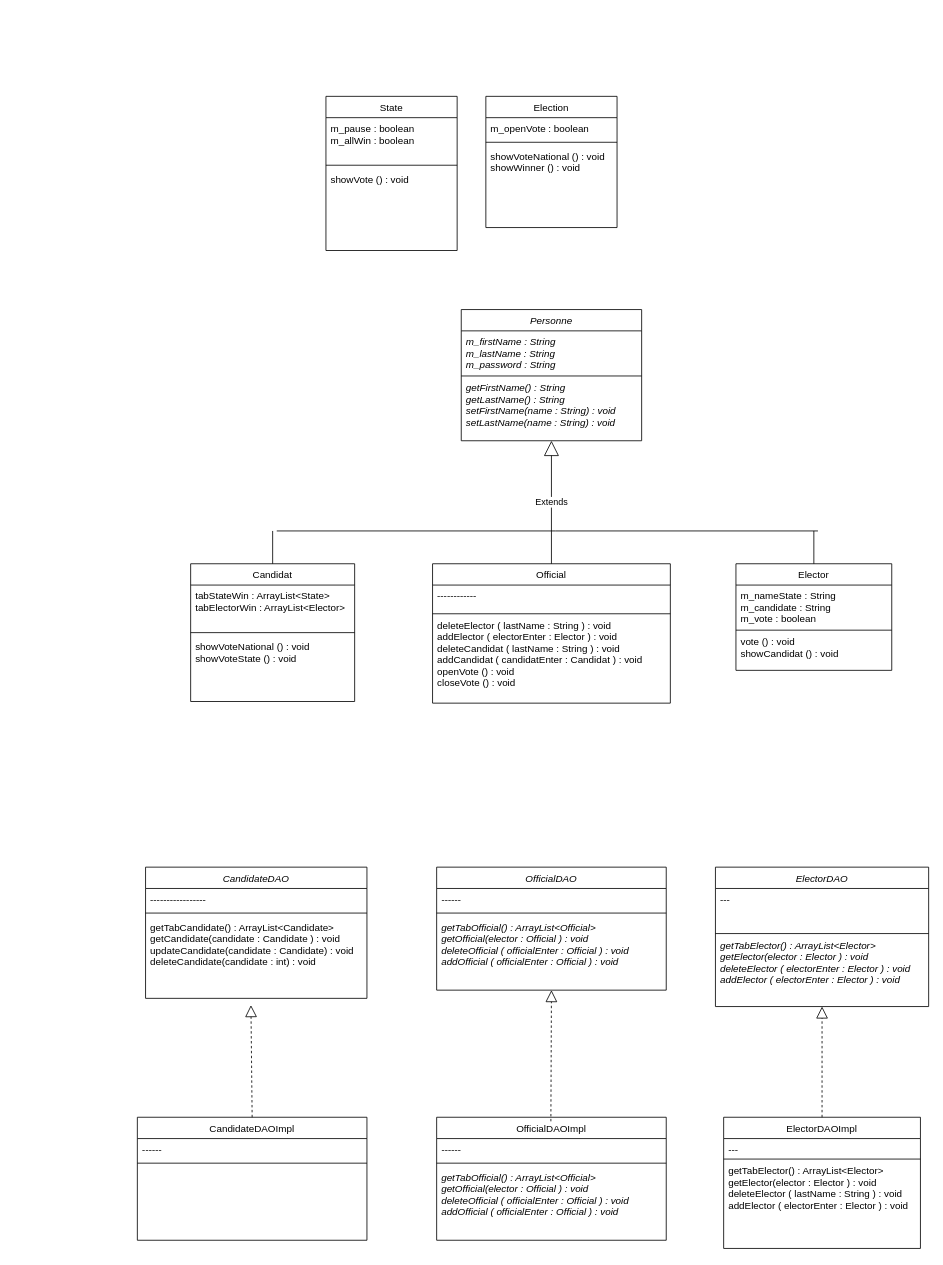
The draw.io diagram Diagramme_UML.drawio in QuentinDstl/Election-system-JAVA, before the edit. Source tidied: cells renumbered, new cells numbered last; positions are measured from the earlier drawing's top-left corner, leaving out a move shared by most shapes. Both pictures are drawn from the tidied source at 82%, with x=0, y=0 at pixel (137, 96).
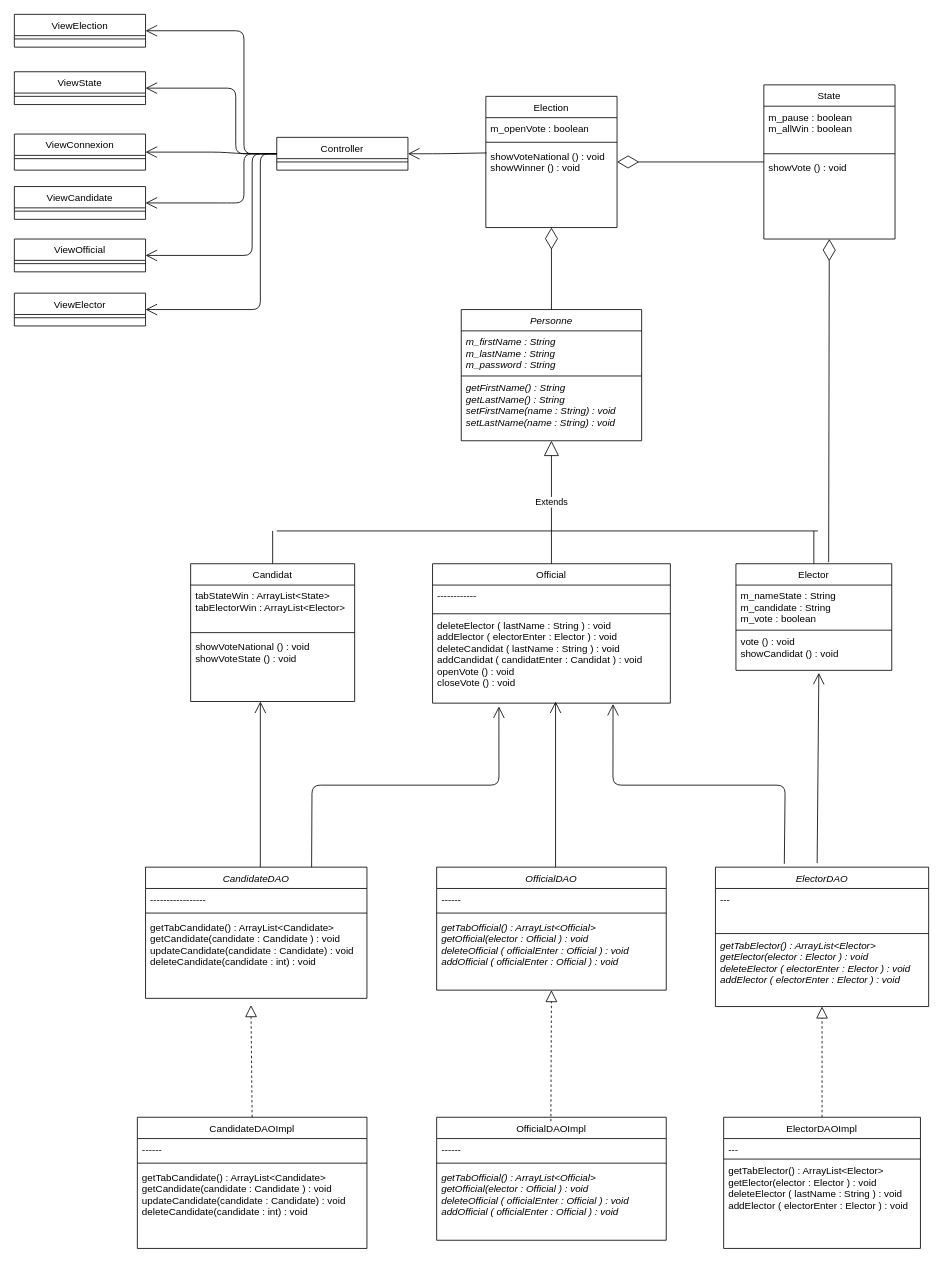
After the change.

Commit message:
Modification du diagramme UML

Unchanged cells that the change refers to:
```xml
<mxCell id="6" value="CandidateDAO" style="swimlane;fontStyle=2;align=center;verticalAlign=top;horizontal=1;startSize=26;rounded=0;shadow=0;strokeWidth=1;" parent="1" vertex="1">
  <mxGeometry x="10" y="940" width="270" height="160" as="geometry" />
</mxCell>
<mxCell id="10" value="Elector" style="swimlane;fontStyle=0;align=center;verticalAlign=top;horizontal=1;startSize=26;rounded=0;shadow=0;strokeWidth=1;" parent="1" vertex="1">
  <mxGeometry x="730" y="570" width="190" height="130" as="geometry" />
</mxCell>
<mxCell id="13" value="vote () : void&#10;showCandidat () : void" style="text;align=left;verticalAlign=top;spacingLeft=4;spacingRight=4;overflow=hidden;points=[[0,0.5],[1,0.5]];portConstraint=eastwest;" parent="10" vertex="1">
  <mxGeometry y="82" width="190" height="48" as="geometry" />
</mxCell>
<mxCell id="14" value="Election" style="swimlane;fontStyle=0;align=center;verticalAlign=top;horizontal=1;startSize=26;rounded=0;shadow=0;strokeWidth=1;" parent="1" vertex="1">
  <mxGeometry x="425" width="160" height="160" as="geometry" />
</mxCell>
<mxCell id="17" value="showVoteNational () : void&#10;showWinner () : void  &#10;" style="text;align=left;verticalAlign=top;spacingLeft=4;spacingRight=4;overflow=hidden;points=[[0,0.5],[1,0.5]];portConstraint=eastwest;" parent="14" vertex="1">
  <mxGeometry y="60" width="160" height="100" as="geometry" />
</mxCell>
<mxCell id="22" value="Personne" style="swimlane;fontStyle=2;align=center;verticalAlign=top;horizontal=1;startSize=26;rounded=0;shadow=0;strokeWidth=1;" parent="1" vertex="1">
  <mxGeometry x="395" y="260" width="220" height="160" as="geometry" />
</mxCell>
<mxCell id="26" value="ElectorDAO" style="swimlane;fontStyle=2;align=center;verticalAlign=top;horizontal=1;startSize=26;rounded=0;shadow=0;strokeWidth=1;" parent="1" vertex="1">
  <mxGeometry x="705" y="940" width="260" height="170" as="geometry" />
</mxCell>
<mxCell id="37" value="deleteElector ( lastName : String ) : void &#10;addElector ( electorEnter : Elector ) : void&#10;deleteCandidat ( lastName : String ) : void &#10;addCandidat ( candidatEnter : Candidat ) : void&#10;openVote () : void&#10;closeVote () : void " style="text;align=left;verticalAlign=top;spacingLeft=4;spacingRight=4;overflow=hidden;points=[[0,0.5],[1,0.5]];portConstraint=eastwest;fontStyle=0;" parent="34" vertex="1">
  <mxGeometry y="62" width="290" height="108" as="geometry" />
</mxCell>
```

The edit, as a diff of the source:
```diff
@@
     <mxCell id="49" value="CandidateDAOImpl" style="swimlane;fontStyle=0;align=center;verticalAlign=top;horizontal=1;startSize=26;rounded=0;shadow=0;strokeWidth=1;" parent="1" vertex="1">
-      <mxGeometry y="1245" width="280" height="150" as="geometry" />
+      <mxGeometry y="1245" width="280" height="160" as="geometry" />
     </mxCell>
@@
+    <mxCell id="57" value="getTabCandidate() : ArrayList&lt;Candidate&gt;&#10;getCandidate(candidate : Candidate ) : void&#10;updateCandidate(candidate : Candidate) : void&#10;deleteCandidate(candidate : int) : void " style="text;align=left;verticalAlign=top;spacingLeft=4;spacingRight=4;overflow=hidden;" parent="49" vertex="1">
+      <mxGeometry y="60" width="280" height="100" as="geometry" />
+    </mxCell>
@@
     <mxCell id="53" value="State" style="swimlane;fontStyle=0;align=center;verticalAlign=top;horizontal=1;startSize=26;rounded=0;shadow=0;strokeWidth=1;" parent="1" vertex="1">
-      <mxGeometry x="230" width="160" height="188" as="geometry" />
+      <mxGeometry x="764" y="-14" width="160" height="188" as="geometry" />
     </mxCell>
@@
+    <mxCell id="58" style="endArrow=diamondThin;endFill=0;endSize=24;html=1;" parent="1" edge="1" source="53" target="14">
+      <mxGeometry relative="1" as="geometry" />
+    </mxCell>
+    <mxCell id="59" value="Controller" style="swimlane;fontStyle=0;align=center;verticalAlign=top;horizontal=1;startSize=26;rounded=0;shadow=0;strokeWidth=1;" parent="1" vertex="1">
+      <mxGeometry x="170" y="50" width="160" height="40" as="geometry" />
+    </mxCell>
+    <mxCell id="60" style="line;html=1;strokeWidth=1;align=left;verticalAlign=middle;spacingTop=-1;spacingLeft=3;spacingRight=3;labelPosition=right;" parent="59" vertex="1">
+      <mxGeometry y="26" width="160" height="8" as="geometry" />
+    </mxCell>
+    <mxCell id="61" style="endArrow=diamondThin;endFill=0;endSize=24;html=1;exitX=0.595;exitY=-0.015;exitDx=0;exitDy=0;exitPerimeter=0;" parent="1" edge="1" source="10" target="53">
+      <mxGeometry relative="1" as="geometry" />
+    </mxCell>
+    <mxCell id="62" style="endArrow=diamondThin;endFill=0;endSize=24;html=1;" parent="1" edge="1" source="22" target="14">
+      <mxGeometry relative="1" as="geometry" />
+    </mxCell>
+    <mxCell id="63" value="ViewElection" style="swimlane;fontStyle=0;align=center;verticalAlign=top;horizontal=1;startSize=26;rounded=0;shadow=0;strokeWidth=1;" parent="1" vertex="1">
+      <mxGeometry x="-150" y="-100" width="160" height="40" as="geometry" />
+    </mxCell>
+    <mxCell id="64" style="line;html=1;strokeWidth=1;align=left;verticalAlign=middle;spacingTop=-1;spacingLeft=3;spacingRight=3;labelPosition=right;" parent="63" vertex="1">
+      <mxGeometry y="26" width="160" height="8" as="geometry" />
+    </mxCell>
+    <mxCell id="65" value="ViewState" style="swimlane;fontStyle=0;align=center;verticalAlign=top;horizontal=1;startSize=26;rounded=0;shadow=0;strokeWidth=1;" parent="1" vertex="1">
+      <mxGeometry x="-150" y="-30" width="160" height="40" as="geometry" />
+    </mxCell>
+    <mxCell id="66" style="line;html=1;strokeWidth=1;align=left;verticalAlign=middle;spacingTop=-1;spacingLeft=3;spacingRight=3;labelPosition=right;" parent="65" vertex="1">
+      <mxGeometry y="26" width="160" height="8" as="geometry" />
+    </mxCell>
+    <mxCell id="67" value="ViewConnexion" style="swimlane;fontStyle=0;align=center;verticalAlign=top;horizontal=1;startSize=26;rounded=0;shadow=0;strokeWidth=1;" parent="1" vertex="1">
+      <mxGeometry x="-150" y="46" width="160" height="44" as="geometry" />
+    </mxCell>
+    <mxCell id="68" style="line;html=1;strokeWidth=1;align=left;verticalAlign=middle;spacingTop=-1;spacingLeft=3;spacingRight=3;labelPosition=right;" parent="67" vertex="1">
+      <mxGeometry y="26" width="160" height="8" as="geometry" />
+    </mxCell>
+    <mxCell id="69" value="ViewOfficial" style="swimlane;fontStyle=0;align=center;verticalAlign=top;horizontal=1;startSize=26;rounded=0;shadow=0;strokeWidth=1;" parent="1" vertex="1">
+      <mxGeometry x="-150" y="174" width="160" height="40" as="geometry" />
+    </mxCell>
+    <mxCell id="70" style="line;html=1;strokeWidth=1;align=left;verticalAlign=middle;spacingTop=-1;spacingLeft=3;spacingRight=3;labelPosition=right;" parent="69" vertex="1">
+      <mxGeometry y="26" width="160" height="8" as="geometry" />
+    </mxCell>
+    <mxCell id="71" value="ViewCandidate" style="swimlane;fontStyle=0;align=center;verticalAlign=top;horizontal=1;startSize=26;rounded=0;shadow=0;strokeWidth=1;" parent="1" vertex="1">
+      <mxGeometry x="-150" y="110" width="160" height="40" as="geometry" />
+    </mxCell>
+    <mxCell id="72" style="line;html=1;strokeWidth=1;align=left;verticalAlign=middle;spacingTop=-1;spacingLeft=3;spacingRight=3;labelPosition=right;" parent="71" vertex="1">
+      <mxGeometry y="26" width="160" height="8" as="geometry" />
+    </mxCell>
+    <mxCell id="73" value="ViewElector" style="swimlane;fontStyle=0;align=center;verticalAlign=top;horizontal=1;startSize=26;rounded=0;shadow=0;strokeWidth=1;" parent="1" vertex="1">
+      <mxGeometry x="-150" y="240" width="160" height="40" as="geometry" />
+    </mxCell>
+    <mxCell id="74" style="line;html=1;strokeWidth=1;align=left;verticalAlign=middle;spacingTop=-1;spacingLeft=3;spacingRight=3;labelPosition=right;" parent="73" vertex="1">
+      <mxGeometry y="26" width="160" height="8" as="geometry" />
+    </mxCell>
+    <mxCell id="75" style="endArrow=open;endFill=1;endSize=12;html=1;entryX=1;entryY=0.5;entryDx=0;entryDy=0;exitX=0;exitY=0.5;exitDx=0;exitDy=0;" parent="1" edge="1" source="59" target="63">
+      <mxGeometry relative="1" as="geometry">
+        <Array as="points">
+          <mxPoint x="130" y="70" />
+          <mxPoint x="130" y="-80" />
+        </Array>
+      </mxGeometry>
+    </mxCell>
+    <mxCell id="76" style="endArrow=open;endFill=1;endSize=12;html=1;entryX=1;entryY=0.5;entryDx=0;entryDy=0;exitX=0;exitY=0.5;exitDx=0;exitDy=0;" parent="1" edge="1" source="59" target="65">
+      <mxGeometry relative="1" as="geometry">
+        <Array as="points">
+          <mxPoint x="120" y="70" />
+          <mxPoint x="120" y="40" />
+          <mxPoint x="120" y="-10" />
+        </Array>
+      </mxGeometry>
+    </mxCell>
+    <mxCell id="77" style="endArrow=open;endFill=1;endSize=12;html=1;entryX=1;entryY=0.5;entryDx=0;entryDy=0;exitX=0;exitY=0.5;exitDx=0;exitDy=0;" parent="1" edge="1" source="59" target="67">
+      <mxGeometry relative="1" as="geometry">
+        <Array as="points">
+          <mxPoint x="130" y="70" />
+          <mxPoint x="100" y="68" />
+        </Array>
+      </mxGeometry>
+    </mxCell>
+    <mxCell id="78" style="endArrow=open;endFill=1;endSize=12;html=1;entryX=1;entryY=0.5;entryDx=0;entryDy=0;exitX=0;exitY=0.5;exitDx=0;exitDy=0;" parent="1" edge="1" source="59" target="71">
+      <mxGeometry relative="1" as="geometry">
+        <Array as="points">
+          <mxPoint x="130" y="70" />
+          <mxPoint x="130" y="130" />
+          <mxPoint x="110" y="130" />
+        </Array>
+      </mxGeometry>
+    </mxCell>
+    <mxCell id="79" style="endArrow=open;endFill=1;endSize=12;html=1;entryX=1;entryY=0.5;entryDx=0;entryDy=0;exitX=0;exitY=0.5;exitDx=0;exitDy=0;" parent="1" edge="1" source="59" target="69">
+      <mxGeometry relative="1" as="geometry">
+        <Array as="points">
+          <mxPoint x="140" y="70" />
+          <mxPoint x="140" y="194" />
+        </Array>
+      </mxGeometry>
+    </mxCell>
+    <mxCell id="80" style="endArrow=open;endFill=1;endSize=12;html=1;entryX=1;entryY=0.5;entryDx=0;entryDy=0;" parent="1" edge="1" target="73">
+      <mxGeometry relative="1" as="geometry">
+        <mxPoint x="170" y="70" as="sourcePoint" />
+        <Array as="points">
+          <mxPoint x="150" y="70" />
+          <mxPoint x="150" y="260" />
+        </Array>
+      </mxGeometry>
+    </mxCell>
+    <mxCell id="81" style="endArrow=open;endFill=1;endSize=12;html=1;entryX=1;entryY=0.5;entryDx=0;entryDy=0;exitX=0.006;exitY=0.09;exitDx=0;exitDy=0;exitPerimeter=0;" parent="1" edge="1" source="17" target="59">
+      <mxGeometry relative="1" as="geometry">
+        <Array as="points">
+          <mxPoint x="370" y="70" />
+        </Array>
+      </mxGeometry>
+    </mxCell>
+    <mxCell id="82" style="endArrow=open;endFill=1;endSize=12;html=1;entryX=0.532;entryY=1.063;entryDx=0;entryDy=0;entryPerimeter=0;exitX=0.477;exitY=-0.029;exitDx=0;exitDy=0;exitPerimeter=0;" parent="1" edge="1" source="26" target="13">
+      <mxGeometry relative="1" as="geometry" />
+    </mxCell>
+    <mxCell id="83" style="endArrow=open;endFill=1;endSize=12;html=1;entryX=0.532;entryY=1.063;entryDx=0;entryDy=0;entryPerimeter=0;" parent="1" edge="1">
+      <mxGeometry relative="1" as="geometry">
+        <mxPoint x="510" y="940" as="sourcePoint" />
+        <mxPoint x="510" y="738" as="targetPoint" />
+      </mxGeometry>
+    </mxCell>
+    <mxCell id="84" style="endArrow=open;endFill=1;endSize=12;html=1;entryX=0.532;entryY=1.063;entryDx=0;entryDy=0;entryPerimeter=0;" parent="1" edge="1">
+      <mxGeometry relative="1" as="geometry">
+        <mxPoint x="150" y="940" as="sourcePoint" />
+        <mxPoint x="150" y="738" as="targetPoint" />
+      </mxGeometry>
+    </mxCell>
+    <mxCell id="85" style="endArrow=open;endFill=1;endSize=12;html=1;entryX=0.279;entryY=1.037;entryDx=0;entryDy=0;entryPerimeter=0;exitX=0.75;exitY=0;exitDx=0;exitDy=0;" parent="1" edge="1" source="6" target="37">
+      <mxGeometry relative="1" as="geometry">
+        <Array as="points">
+          <mxPoint x="213" y="840" />
+          <mxPoint x="441" y="840" />
+        </Array>
+      </mxGeometry>
+    </mxCell>
+    <mxCell id="86" style="endArrow=open;endFill=1;endSize=12;html=1;entryX=0.759;entryY=1.009;entryDx=0;entryDy=0;entryPerimeter=0;exitX=0.323;exitY=-0.024;exitDx=0;exitDy=0;exitPerimeter=0;" parent="1" edge="1" source="26" target="37">
+      <mxGeometry relative="1" as="geometry">
+        <Array as="points">
+          <mxPoint x="790" y="840" />
+          <mxPoint x="580" y="840" />
+        </Array>
+      </mxGeometry>
+    </mxCell>
```
